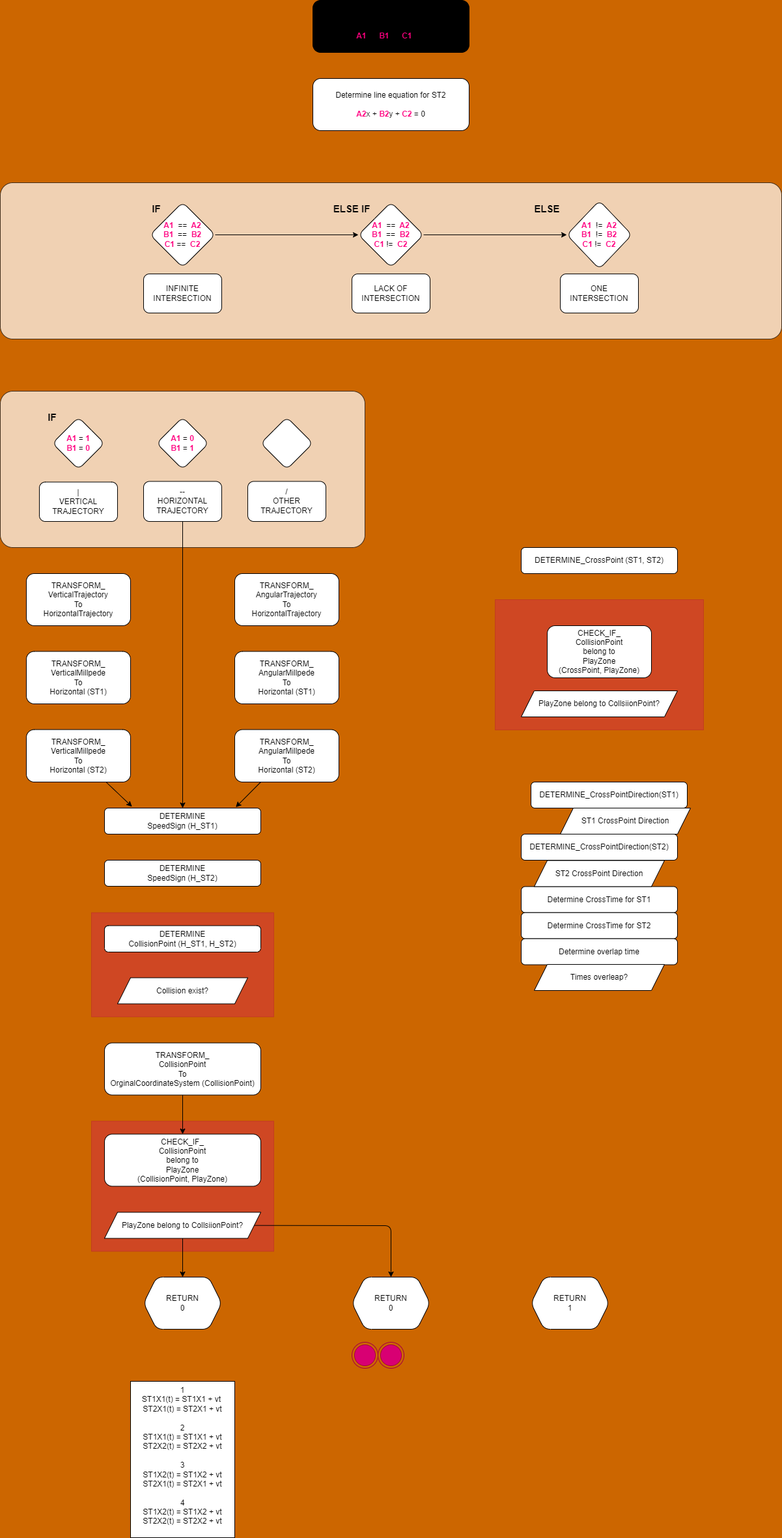
bajraan/MWP3_2C1---Stonogi keeps this draw.io diagram as test.drawio.png. Above is the earlier version. Source tidied: cells renumbered, new cells last; positions are measured from the earlier drawing's top-left corner, leaving out a move shared by most shapes.
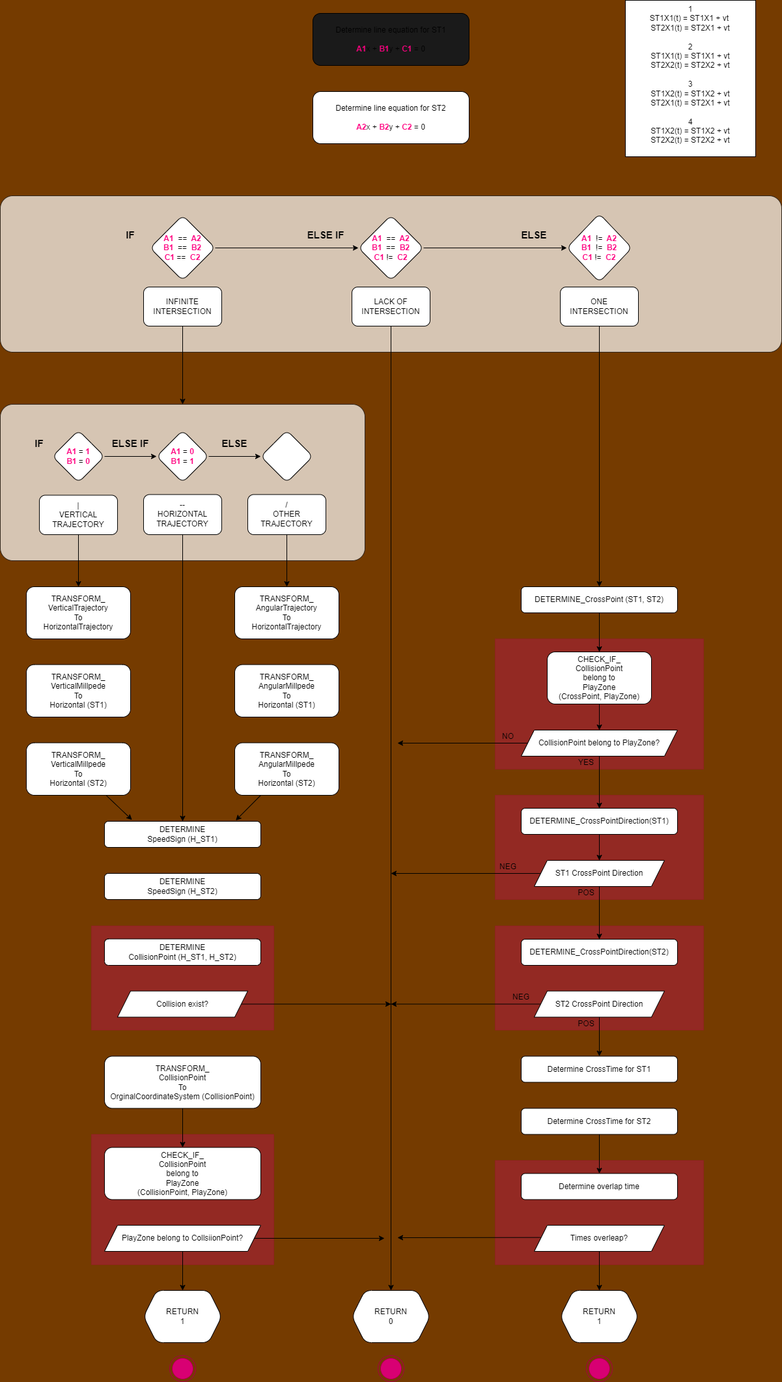
The same diagram one commit later.

Change to the diagram source:
```diff
@@ -1,2 +1,2 @@
-<mxGraphModel background="#CC6600" shadow="1">
+<mxGraphModel background="#753B00" shadow="1">
   <root>
@@ -4,2 +4,11 @@
     <mxCell id="1" parent="0" />
+    <mxCell id="63" style="rounded=0;whiteSpace=wrap;html=1;shadow=0;glass=0;opacity=30;fillColor=#d80073;fontColor=#ffffff;strokeColor=#A50040;" parent="1" vertex="1">
+      <mxGeometry x="760" y="1760.5" width="320" height="160" as="geometry" />
+    </mxCell>
+    <mxCell id="64" style="rounded=0;whiteSpace=wrap;html=1;shadow=0;glass=0;opacity=30;fillColor=#d80073;fontColor=#ffffff;strokeColor=#A50040;" parent="1" vertex="1">
+      <mxGeometry x="760" y="1400.5" width="320" height="160" as="geometry" />
+    </mxCell>
+    <mxCell id="65" style="rounded=0;whiteSpace=wrap;html=1;shadow=0;glass=0;opacity=30;fillColor=#d80073;fontColor=#ffffff;strokeColor=#A50040;" parent="1" vertex="1">
+      <mxGeometry x="760" y="1200" width="320" height="160" as="geometry" />
+    </mxCell>
     <mxCell id="2" style="rounded=0;whiteSpace=wrap;html=1;shadow=0;glass=0;opacity=30;fillColor=#d80073;fontColor=#ffffff;strokeColor=#A50040;" parent="1" vertex="1">
@@ -11,3 +20,3 @@
     <mxCell id="4" style="rounded=0;whiteSpace=wrap;html=1;shadow=0;glass=0;opacity=30;fillColor=#d80073;fontColor=#ffffff;strokeColor=#A50040;" parent="1" vertex="1">
-      <mxGeometry x="760" y="920" width="320" height="200" as="geometry" />
+      <mxGeometry x="760" y="960" width="320" height="200" as="geometry" />
     </mxCell>
@@ -19,3 +28,3 @@
     </mxCell>
-    <mxCell id="7" value="Determine line equation for ST1&lt;br&gt;&lt;br&gt;&lt;b&gt;&lt;font color=&quot;#ff0080&quot;&gt;A1&lt;/font&gt;&lt;/b&gt;x +&amp;nbsp;&lt;b&gt;&lt;font color=&quot;#ff0080&quot;&gt;B1&lt;/font&gt;&lt;/b&gt;y +&amp;nbsp;&lt;b&gt;&lt;font color=&quot;#ff0080&quot;&gt;C1&lt;/font&gt;&lt;/b&gt;&amp;nbsp;= 0" style="whiteSpace=wrap;html=1;rounded=1;fillColor=#000000;" parent="1" vertex="1">
+    <mxCell id="7" value="Determine line equation for ST1&lt;br&gt;&lt;br&gt;&lt;b&gt;&lt;font color=&quot;#ff0080&quot;&gt;A1&lt;/font&gt;&lt;/b&gt;x +&amp;nbsp;&lt;b&gt;&lt;font color=&quot;#ff0080&quot;&gt;B1&lt;/font&gt;&lt;/b&gt;y +&amp;nbsp;&lt;b&gt;&lt;font color=&quot;#ff0080&quot;&gt;C1&lt;/font&gt;&lt;/b&gt;&amp;nbsp;= 0" style="whiteSpace=wrap;html=1;rounded=1;fillColor=#1A1A1A;" parent="1" vertex="1">
       <mxGeometry x="480" width="240" height="80" as="geometry" />
@@ -25,13 +34,19 @@
     </mxCell>
+    <mxCell id="66" style="edgeStyle=none;html=1;entryX=0.5;entryY=0;entryDx=0;entryDy=0;" parent="1" edge="1" source="9" target="61">
+      <mxGeometry relative="1" as="geometry" />
+    </mxCell>
     <mxCell id="9" value="DETERMINE_CrossPoint (ST1, ST2)" style="whiteSpace=wrap;html=1;rounded=1;" parent="1" vertex="1">
-      <mxGeometry x="800" y="840" width="240" height="40" as="geometry" />
+      <mxGeometry x="800" y="880" width="240" height="40" as="geometry" />
     </mxCell>
     <mxCell id="10" value="Determine CrossTime for ST1" style="whiteSpace=wrap;html=1;rounded=1;" parent="1" vertex="1">
-      <mxGeometry x="800" y="1360.5" width="240" height="40" as="geometry" />
+      <mxGeometry x="800" y="1600.5" width="240" height="40" as="geometry" />
     </mxCell>
+    <mxCell id="67" style="edgeStyle=none;html=1;entryX=0.5;entryY=0;entryDx=0;entryDy=0;" parent="1" edge="1" source="11" target="12">
+      <mxGeometry relative="1" as="geometry" />
+    </mxCell>
     <mxCell id="11" value="Determine CrossTime for ST2" style="whiteSpace=wrap;html=1;rounded=1;" parent="1" vertex="1">
-      <mxGeometry x="800" y="1400.5" width="240" height="40" as="geometry" />
+      <mxGeometry x="800" y="1680.5" width="240" height="40" as="geometry" />
     </mxCell>
     <mxCell id="12" value="Determine overlap time" style="whiteSpace=wrap;html=1;rounded=1;" parent="1" vertex="1">
-      <mxGeometry x="800" y="1440.5" width="240" height="40" as="geometry" />
+      <mxGeometry x="800" y="1780.5" width="240" height="40" as="geometry" />
     </mxCell>
@@ -41,15 +56,35 @@
     <mxCell id="14" value="RETURN&lt;br&gt;1" style="shape=hexagon;perimeter=hexagonPerimeter2;whiteSpace=wrap;html=1;fixedSize=1;rounded=1;" parent="1" vertex="1">
-      <mxGeometry x="815" y="1960" width="120" height="80" as="geometry" />
+      <mxGeometry x="860" y="1960" width="120" height="80" as="geometry" />
     </mxCell>
+    <mxCell id="68" style="edgeStyle=none;html=1;entryX=0.5;entryY=0;entryDx=0;entryDy=0;" parent="1" edge="1" source="15" target="16">
+      <mxGeometry relative="1" as="geometry" />
+    </mxCell>
     <mxCell id="15" value="DETERMINE_CrossPointDirection(ST1)" style="whiteSpace=wrap;html=1;rounded=1;fillColor=default;" parent="1" vertex="1">
-      <mxGeometry x="815" y="1200" width="240" height="40" as="geometry" />
+      <mxGeometry x="800" y="1220" width="240" height="40" as="geometry" />
     </mxCell>
+    <mxCell id="69" style="edgeStyle=none;html=1;entryX=0.5;entryY=0;entryDx=0;entryDy=0;" parent="1" edge="1" source="16" target="17">
+      <mxGeometry relative="1" as="geometry" />
+    </mxCell>
+    <mxCell id="70" style="edgeStyle=none;html=1;" parent="1" edge="1" source="16">
+      <mxGeometry relative="1" as="geometry">
+        <mxPoint x="600" y="1320" as="targetPoint" />
+      </mxGeometry>
+    </mxCell>
     <mxCell id="16" value="ST1 CrossPoint Direction" style="shape=parallelogram;perimeter=parallelogramPerimeter;whiteSpace=wrap;html=1;fixedSize=1;rounded=0;" parent="1" vertex="1">
-      <mxGeometry x="860" y="1240" width="200" height="40" as="geometry" />
+      <mxGeometry x="820" y="1300" width="200" height="40" as="geometry" />
     </mxCell>
     <mxCell id="17" value="DETERMINE_CrossPointDirection(ST2)" style="whiteSpace=wrap;html=1;rounded=1;" parent="1" vertex="1">
-      <mxGeometry x="800" y="1280" width="240" height="40" as="geometry" />
+      <mxGeometry x="800" y="1421" width="240" height="40" as="geometry" />
     </mxCell>
+    <mxCell id="71" style="edgeStyle=none;html=1;" parent="1" edge="1" source="18" target="14">
+      <mxGeometry relative="1" as="geometry" />
+    </mxCell>
+    <mxCell id="72" style="edgeStyle=none;html=1;" parent="1" edge="1">
+      <mxGeometry relative="1" as="geometry">
+        <mxPoint x="829.9" y="1878.7" as="sourcePoint" />
+        <mxPoint x="610" y="1879" as="targetPoint" />
+      </mxGeometry>
+    </mxCell>
     <mxCell id="18" value="Times overleap?" style="shape=parallelogram;perimeter=parallelogramPerimeter;whiteSpace=wrap;html=1;fixedSize=1;rounded=0;size=20;" parent="1" vertex="1">
-      <mxGeometry x="820" y="1480" width="200" height="40" as="geometry" />
+      <mxGeometry x="820" y="1860" width="200" height="40" as="geometry" />
     </mxCell>
@@ -70,2 +105,5 @@
     </mxCell>
+    <mxCell id="73" style="edgeStyle=none;html=1;" parent="1" edge="1" source="24" target="5">
+      <mxGeometry relative="1" as="geometry" />
+    </mxCell>
     <mxCell id="24" value="INFINITE INTERSECTION" style="rounded=1;whiteSpace=wrap;html=1;" parent="1" vertex="1">
@@ -73,2 +111,5 @@
     </mxCell>
+    <mxCell id="74" style="edgeStyle=none;html=1;entryX=0.5;entryY=0;entryDx=0;entryDy=0;" parent="1" edge="1" source="25" target="9">
+      <mxGeometry relative="1" as="geometry" />
+    </mxCell>
     <mxCell id="25" value="ONE INTERSECTION" style="rounded=1;whiteSpace=wrap;html=1;" parent="1" vertex="1">
@@ -76,2 +117,5 @@
     </mxCell>
+    <mxCell id="75" style="edgeStyle=none;html=1;entryX=0.5;entryY=0;entryDx=0;entryDy=0;" parent="1" edge="1" source="26" target="13">
+      <mxGeometry relative="1" as="geometry" />
+    </mxCell>
     <mxCell id="26" value="LACK OF INTERSECTION" style="rounded=1;whiteSpace=wrap;html=1;" parent="1" vertex="1">
@@ -80,4 +124,7 @@
     <mxCell id="27" value="1&lt;br&gt;ST1X1(t) = ST1X1 + vt&amp;nbsp;&lt;br&gt;ST2X1(t) = ST2X1 + vt&lt;br&gt;&lt;br&gt;2&lt;br&gt;ST1X1(t) = ST1X1 + vt&lt;br&gt;ST2X2(t) = ST2X2 + vt&lt;br&gt;&lt;br&gt;3&lt;br&gt;ST1X2(t) = ST1X2 + vt&lt;br&gt;ST2X1(t) = ST2X1 + vt&lt;br&gt;&lt;br&gt;4&lt;br&gt;ST1X2(t) = ST1X2 + vt&lt;br&gt;ST2X2(t) = ST2X2 + vt" style="whiteSpace=wrap;html=1;rounded=0;verticalAlign=top;" parent="1" vertex="1">
-      <mxGeometry x="200" y="2120" width="160" height="240" as="geometry" />
+      <mxGeometry x="960" y="-20" width="200" height="240" as="geometry" />
     </mxCell>
+    <mxCell id="76" style="edgeStyle=none;html=1;entryX=0.5;entryY=0;entryDx=0;entryDy=0;" parent="1" edge="1" source="28" target="53">
+      <mxGeometry relative="1" as="geometry" />
+    </mxCell>
     <mxCell id="28" value="|&lt;br&gt;VERTICAL TRAJECTORY" style="shape=rectangular;perimeter=hexagonPerimeter2;whiteSpace=wrap;html=1;fixedSize=1;sketch=0;rounded=1;" parent="1" vertex="1">
@@ -91,2 +138,5 @@
     </mxCell>
+    <mxCell id="77" style="edgeStyle=none;html=1;entryX=0.5;entryY=0;entryDx=0;entryDy=0;" parent="1" edge="1" source="31" target="57">
+      <mxGeometry relative="1" as="geometry" />
+    </mxCell>
     <mxCell id="31" value="/&lt;br&gt;OTHER TRAJECTORY" style="shape=rectangular;perimeter=hexagonPerimeter2;whiteSpace=wrap;html=1;fixedSize=1;sketch=0;rounded=1;" parent="1" vertex="1">
@@ -94,2 +144,5 @@
     </mxCell>
+    <mxCell id="78" style="edgeStyle=none;html=1;" parent="1" edge="1" source="32" target="33">
+      <mxGeometry relative="1" as="geometry" />
+    </mxCell>
     <mxCell id="32" value="&lt;div&gt;&lt;b&gt;&lt;font color=&quot;#ff0080&quot;&gt;A1&amp;nbsp;&lt;/font&gt;&lt;/b&gt;&lt;span&gt;=&amp;nbsp;&lt;/span&gt;&lt;b&gt;&lt;font color=&quot;#ff0080&quot;&gt;1&lt;/font&gt;&lt;/b&gt;&lt;/div&gt;&lt;b&gt;&lt;div&gt;&lt;b&gt;&lt;font color=&quot;#ff0080&quot;&gt;B1&amp;nbsp;&lt;/font&gt;&lt;/b&gt;&lt;span style=&quot;font-weight: normal&quot;&gt;=&lt;/span&gt;&lt;b&gt;&lt;font color=&quot;#ff0080&quot;&gt;&amp;nbsp;0&lt;/font&gt;&lt;/b&gt;&lt;/div&gt;&lt;/b&gt;" style="rhombus;whiteSpace=wrap;html=1;direction=south;rounded=1;align=center;" parent="1" vertex="1">
@@ -97,2 +150,5 @@
     </mxCell>
+    <mxCell id="79" style="edgeStyle=none;html=1;" parent="1" edge="1" source="33" target="34">
+      <mxGeometry relative="1" as="geometry" />
+    </mxCell>
     <mxCell id="33" value="&lt;font color=&quot;#ff0080&quot;&gt;&lt;b&gt;A1&amp;nbsp;&lt;/b&gt;&lt;/font&gt;=&lt;font color=&quot;#ff0080&quot;&gt;&lt;b&gt;&amp;nbsp;0&lt;/b&gt;&lt;br&gt;&lt;b&gt;B1&amp;nbsp;&lt;/b&gt;&lt;/font&gt;=&amp;nbsp;&lt;font color=&quot;#ff0080&quot;&gt;&lt;b&gt;1&lt;/b&gt;&lt;/font&gt;" style="rhombus;whiteSpace=wrap;html=1;rounded=1;" parent="1" vertex="1">
@@ -104,18 +160,18 @@
     <mxCell id="35" style="ellipse;html=1;shape=endState;fillColor=#d80073;strokeColor=#A50040;fontColor=#ffffff;" parent="1" vertex="1">
-      <mxGeometry x="540" y="2060" width="40" height="40" as="geometry" />
+      <mxGeometry x="580" y="2060" width="40" height="40" as="geometry" />
     </mxCell>
     <mxCell id="36" style="ellipse;html=1;shape=endState;fillColor=#d80073;strokeColor=#A50040;fontColor=#ffffff;" parent="1" vertex="1">
-      <mxGeometry x="580" y="2060" width="40" height="40" as="geometry" />
+      <mxGeometry x="900" y="2060" width="40" height="40" as="geometry" />
     </mxCell>
     <mxCell id="37" value="&lt;b&gt;&lt;font style=&quot;font-size: 15px&quot;&gt;IF&lt;/font&gt;&lt;/b&gt;" style="text;html=1;strokeColor=none;fillColor=none;align=center;verticalAlign=middle;whiteSpace=wrap;rounded=0;" parent="1" vertex="1">
-      <mxGeometry x="200" y="300" width="80" height="40" as="geometry" />
+      <mxGeometry x="160" y="320" width="80" height="40" as="geometry" />
     </mxCell>
     <mxCell id="38" value="&lt;b&gt;&lt;font style=&quot;font-size: 15px&quot;&gt;ELSE IF&lt;/font&gt;&lt;/b&gt;" style="text;html=1;strokeColor=none;fillColor=none;align=center;verticalAlign=middle;whiteSpace=wrap;rounded=0;" parent="1" vertex="1">
-      <mxGeometry x="500" y="300" width="80" height="40" as="geometry" />
+      <mxGeometry x="460" y="320" width="80" height="40" as="geometry" />
     </mxCell>
     <mxCell id="39" value="&lt;span style=&quot;font-size: 15px&quot;&gt;&lt;b&gt;ELSE&lt;/b&gt;&lt;/span&gt;" style="text;html=1;strokeColor=none;fillColor=none;align=center;verticalAlign=middle;whiteSpace=wrap;rounded=0;" parent="1" vertex="1">
-      <mxGeometry x="800" y="300" width="80" height="40" as="geometry" />
+      <mxGeometry x="780" y="320" width="80" height="40" as="geometry" />
     </mxCell>
     <mxCell id="40" value="&lt;b&gt;&lt;font style=&quot;font-size: 15px&quot;&gt;IF&lt;/font&gt;&lt;/b&gt;" style="text;html=1;strokeColor=none;fillColor=none;align=center;verticalAlign=middle;whiteSpace=wrap;rounded=0;" parent="1" vertex="1">
-      <mxGeometry x="40" y="620" width="80" height="40" as="geometry" />
+      <mxGeometry x="20" y="640" width="80" height="40" as="geometry" />
     </mxCell>
@@ -127,2 +183,7 @@
     </mxCell>
+    <mxCell id="80" style="edgeStyle=none;html=1;" parent="1" edge="1" source="43">
+      <mxGeometry relative="1" as="geometry">
+        <mxPoint x="600" y="1520.5" as="targetPoint" />
+      </mxGeometry>
+    </mxCell>
     <mxCell id="43" value="Collision exist?" style="shape=parallelogram;perimeter=parallelogramPerimeter;whiteSpace=wrap;html=1;fixedSize=1;" parent="1" vertex="1">
@@ -139,9 +200,2 @@
     </mxCell>
-    <mxCell id="47" style="edgeStyle=none;html=1;entryX=0.5;entryY=0;entryDx=0;entryDy=0;" parent="1" edge="1" source="49" target="13">
-      <mxGeometry relative="1" as="geometry">
-        <Array as="points">
-          <mxPoint x="600" y="1881" />
-        </Array>
-      </mxGeometry>
-    </mxCell>
     <mxCell id="48" style="edgeStyle=none;html=1;entryX=0.5;entryY=0;entryDx=0;entryDy=0;" parent="1" edge="1" source="49" target="50">
@@ -149,10 +203,23 @@
     </mxCell>
+    <mxCell id="81" style="edgeStyle=none;html=1;" parent="1" edge="1" source="49">
+      <mxGeometry relative="1" as="geometry">
+        <mxPoint x="590" y="1880" as="targetPoint" />
+      </mxGeometry>
+    </mxCell>
     <mxCell id="49" value="PlayZone belong to CollsiionPoint?" style="shape=parallelogram;perimeter=parallelogramPerimeter;whiteSpace=wrap;html=1;fixedSize=1;" parent="1" vertex="1">
-      <mxGeometry x="160" y="1860.5" width="240" height="40" as="geometry" />
+      <mxGeometry x="160" y="1860" width="240" height="40" as="geometry" />
     </mxCell>
-    <mxCell id="50" value="RETURN&lt;br&gt;0" style="shape=hexagon;perimeter=hexagonPerimeter2;whiteSpace=wrap;html=1;fixedSize=1;rounded=1;" parent="1" vertex="1">
+    <mxCell id="50" value="RETURN&lt;br&gt;1" style="shape=hexagon;perimeter=hexagonPerimeter2;whiteSpace=wrap;html=1;fixedSize=1;rounded=1;" parent="1" vertex="1">
       <mxGeometry x="220" y="1960" width="120" height="80" as="geometry" />
     </mxCell>
+    <mxCell id="82" style="edgeStyle=none;html=1;" parent="1" edge="1" source="51">
+      <mxGeometry relative="1" as="geometry">
+        <mxPoint x="600" y="1520.5" as="targetPoint" />
+      </mxGeometry>
+    </mxCell>
+    <mxCell id="83" style="edgeStyle=none;html=1;entryX=0.5;entryY=0;entryDx=0;entryDy=0;" parent="1" edge="1" source="51" target="10">
+      <mxGeometry relative="1" as="geometry" />
+    </mxCell>
     <mxCell id="51" value="ST2 CrossPoint Direction" style="shape=parallelogram;perimeter=parallelogramPerimeter;whiteSpace=wrap;html=1;fixedSize=1;rounded=0;" parent="1" vertex="1">
-      <mxGeometry x="820" y="1320.5" width="200" height="40" as="geometry" />
+      <mxGeometry x="820" y="1500.5" width="200" height="40" as="geometry" />
     </mxCell>
@@ -185,8 +252,46 @@
     </mxCell>
+    <mxCell id="84" style="edgeStyle=none;html=1;entryX=0.5;entryY=0;entryDx=0;entryDy=0;" parent="1" edge="1" source="61" target="62">
+      <mxGeometry relative="1" as="geometry" />
+    </mxCell>
     <mxCell id="61" value="CHECK_IF_&lt;br&gt;CollisionPoint&lt;br&gt;belong to&lt;br&gt;PlayZone&lt;br&gt;(CrossPoint, PlayZone)" style="whiteSpace=wrap;html=1;rounded=1;" parent="1" vertex="1">
-      <mxGeometry x="840" y="960" width="160" height="80" as="geometry" />
+      <mxGeometry x="840" y="980" width="160" height="80" as="geometry" />
     </mxCell>
+    <mxCell id="85" style="edgeStyle=none;html=1;" parent="1" edge="1" source="62">
+      <mxGeometry relative="1" as="geometry">
+        <mxPoint x="610" y="1120" as="targetPoint" />
+      </mxGeometry>
+    </mxCell>
+    <mxCell id="86" style="edgeStyle=none;html=1;entryX=0.5;entryY=0;entryDx=0;entryDy=0;" parent="1" edge="1" source="62" target="15">
+      <mxGeometry relative="1" as="geometry" />
+    </mxCell>
-    <mxCell id="62" value="PlayZone belong to CollsiionPoint?" style="shape=parallelogram;perimeter=parallelogramPerimeter;whiteSpace=wrap;html=1;fixedSize=1;" parent="1" vertex="1">
-      <mxGeometry x="800" y="1060" width="240" height="40" as="geometry" />
+    <mxCell id="62" value="CollisionPoint belong to PlayZone?" style="shape=parallelogram;perimeter=parallelogramPerimeter;whiteSpace=wrap;html=1;fixedSize=1;" parent="1" vertex="1">
+      <mxGeometry x="800" y="1100" width="240" height="40" as="geometry" />
     </mxCell>
+    <mxCell id="87" style="ellipse;html=1;shape=endState;fillColor=#d80073;strokeColor=#A50040;fontColor=#ffffff;" parent="1" vertex="1">
+      <mxGeometry x="260" y="2060" width="40" height="40" as="geometry" />
+    </mxCell>
+    <mxCell id="88" value="&lt;b&gt;&lt;font style=&quot;font-size: 15px&quot;&gt;ELSE IF&lt;/font&gt;&lt;/b&gt;" style="text;html=1;strokeColor=none;fillColor=none;align=center;verticalAlign=middle;whiteSpace=wrap;rounded=0;" parent="1" vertex="1">
+      <mxGeometry x="160" y="640" width="80" height="40" as="geometry" />
+    </mxCell>
+    <mxCell id="89" value="&lt;b&gt;&lt;font style=&quot;font-size: 15px&quot;&gt;ELSE&lt;/font&gt;&lt;/b&gt;" style="text;html=1;strokeColor=none;fillColor=none;align=center;verticalAlign=middle;whiteSpace=wrap;rounded=0;" parent="1" vertex="1">
+      <mxGeometry x="320" y="640" width="80" height="40" as="geometry" />
+    </mxCell>
+    <mxCell id="90" value="NEG" style="text;html=1;strokeColor=none;fillColor=none;align=center;verticalAlign=middle;whiteSpace=wrap;rounded=0;shadow=0;glass=0;labelBackgroundColor=none;labelBorderColor=none;opacity=30;" parent="1" vertex="1">
+      <mxGeometry x="780" y="1500" width="40" height="20" as="geometry" />
+    </mxCell>
+    <mxCell id="91" value="POS" style="text;html=1;strokeColor=none;fillColor=none;align=center;verticalAlign=middle;whiteSpace=wrap;rounded=0;shadow=0;glass=0;labelBackgroundColor=none;labelBorderColor=none;opacity=30;" parent="1" vertex="1">
+      <mxGeometry x="880" y="1540.5" width="40" height="20" as="geometry" />
+    </mxCell>
+    <mxCell id="92" value="NEG" style="text;html=1;strokeColor=none;fillColor=none;align=center;verticalAlign=middle;whiteSpace=wrap;rounded=0;shadow=0;glass=0;labelBackgroundColor=none;labelBorderColor=none;opacity=30;" parent="1" vertex="1">
+      <mxGeometry x="760" y="1300" width="40" height="20" as="geometry" />
+    </mxCell>
+    <mxCell id="93" value="POS" style="text;html=1;strokeColor=none;fillColor=none;align=center;verticalAlign=middle;whiteSpace=wrap;rounded=0;shadow=0;glass=0;labelBackgroundColor=none;labelBorderColor=none;opacity=30;" parent="1" vertex="1">
+      <mxGeometry x="880" y="1340" width="40" height="20" as="geometry" />
+    </mxCell>
+    <mxCell id="94" value="NO" style="text;html=1;strokeColor=none;fillColor=none;align=center;verticalAlign=middle;whiteSpace=wrap;rounded=0;shadow=0;glass=0;labelBackgroundColor=none;labelBorderColor=none;opacity=30;" parent="1" vertex="1">
+      <mxGeometry x="760" y="1099.5" width="40" height="20" as="geometry" />
+    </mxCell>
+    <mxCell id="95" value="YES" style="text;html=1;strokeColor=none;fillColor=none;align=center;verticalAlign=middle;whiteSpace=wrap;rounded=0;shadow=0;glass=0;labelBackgroundColor=none;labelBorderColor=none;opacity=30;" parent="1" vertex="1">
+      <mxGeometry x="880" y="1140" width="40" height="20" as="geometry" />
+    </mxCell>
   </root>
```
